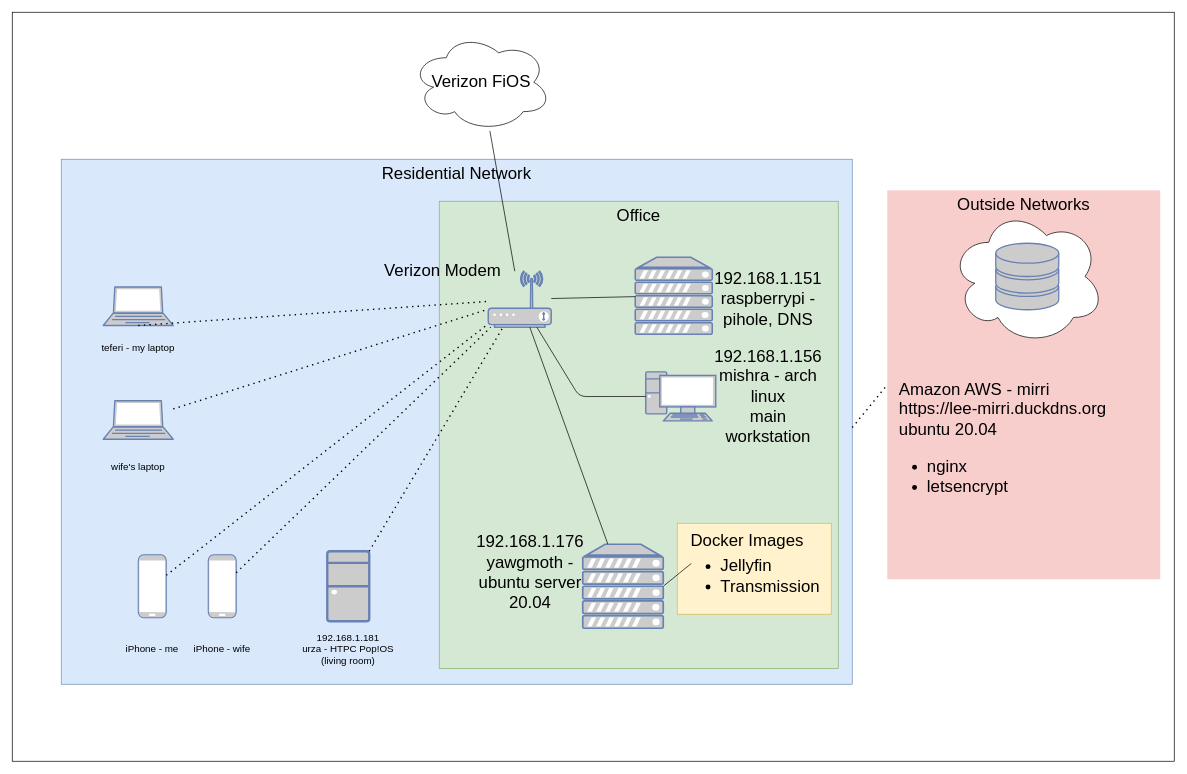
This is Untitled Diagram.drawio from Aezon22/main, a draw.io file, before an edit. Source tidied: cells renumbered, new cells numbered last; positions are measured from the earlier drawing's top-left corner, leaving out a move shared by most shapes. Both pictures are drawn from the tidied source at 70%, with x=0, y=0 at pixel (12, 12).
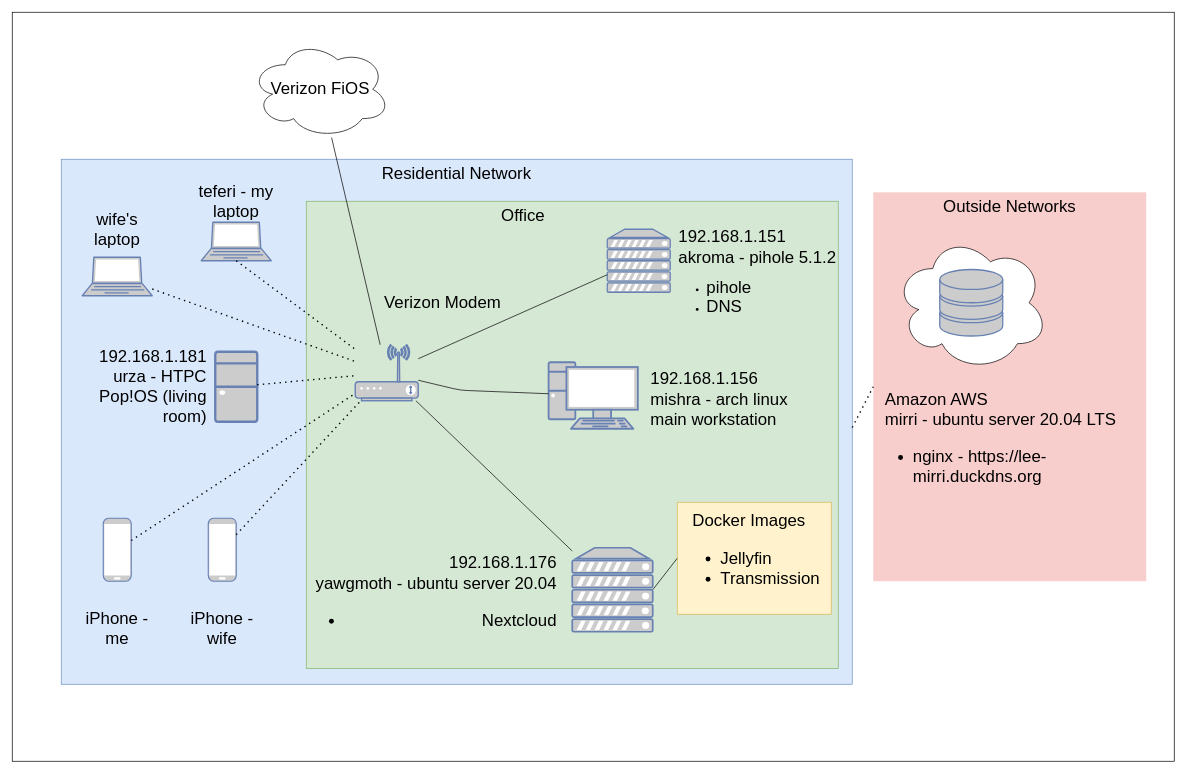
Above is the later version.

Change to the diagram source:
```diff
@@
     <mxCell id="4" value="&lt;font style=&quot;font-size: 24px&quot;&gt;Outside Networks&lt;/font&gt;" style="whiteSpace=wrap;html=1;fillColor=#f8cecc;fontSize=14;strokeColor=none;verticalAlign=top;" parent="1" vertex="1">
-      <mxGeometry x="1250" y="254.4" width="390" height="555.6" as="geometry" />
+      <mxGeometry x="1230" y="257.2" width="390" height="555.6" as="geometry" />
     </mxCell>
     <mxCell id="5" style="ellipse;shape=cloud;whiteSpace=wrap;html=1;fontSize=16;" parent="1" vertex="1">
-      <mxGeometry x="1340" y="280" width="220" height="195" as="geometry" />
+      <mxGeometry x="1260" y="317.5" width="220" height="195" as="geometry" />
     </mxCell>
     <mxCell id="6" style="rounded=0;whiteSpace=wrap;html=1;fillColor=#d5e8d4;strokeColor=#82b366;" parent="1" vertex="1">
-      <mxGeometry x="610" y="270" width="570" height="667.5" as="geometry" />
+      <mxGeometry x="420" y="270" width="760" height="667.5" as="geometry" />
     </mxCell>
     <mxCell id="7" value="&lt;font style=&quot;font-size: 24px&quot;&gt;Verizon FiOS&lt;/font&gt;" style="ellipse;shape=cloud;whiteSpace=wrap;html=1;" parent="1" vertex="1">
-      <mxGeometry x="570" y="30" width="200" height="140" as="geometry" />
+      <mxGeometry x="340" y="40" width="200" height="140" as="geometry" />
     </mxCell>
     <mxCell id="8" style="fontColor=#0066CC;verticalAlign=top;verticalLabelPosition=bottom;labelPosition=center;align=center;html=1;outlineConnect=0;fillColor=#CCCCCC;strokeColor=#6881B3;gradientColor=none;gradientDirection=north;strokeWidth=2;shape=mxgraph.networks.wireless_modem;" parent="1" vertex="1">
-      <mxGeometry x="680" y="370" width="90" height="80" as="geometry" />
+      <mxGeometry x="490" y="475" width="90" height="80" as="geometry" />
     </mxCell>
     <mxCell id="9" style="fontColor=#0066CC;verticalAlign=top;verticalLabelPosition=bottom;labelPosition=center;align=center;html=1;outlineConnect=0;fillColor=#CCCCCC;strokeColor=#6881B3;gradientColor=none;gradientDirection=north;strokeWidth=2;shape=mxgraph.networks.pc;" parent="1" vertex="1">
-      <mxGeometry x="905" y="513.8" width="100" height="70" as="geometry" />
+      <mxGeometry x="766.2" y="500" width="127.5" height="95" as="geometry" />
     </mxCell>
     <mxCell id="10" style="fontColor=#0066CC;verticalAlign=top;verticalLabelPosition=bottom;labelPosition=center;align=center;html=1;outlineConnect=0;fillColor=#CCCCCC;strokeColor=#6881B3;gradientColor=none;gradientDirection=north;strokeWidth=2;shape=mxgraph.networks.desktop_pc;" parent="1" vertex="1">
-      <mxGeometry x="450" y="770" width="60" height="100" as="geometry" />
+      <mxGeometry x="290" y="485" width="60" height="100" as="geometry" />
     </mxCell>
     <mxCell id="11" style="fontColor=#0066CC;verticalAlign=top;verticalLabelPosition=bottom;labelPosition=center;align=center;html=1;outlineConnect=0;fillColor=#CCCCCC;strokeColor=#6881B3;gradientColor=none;gradientDirection=north;strokeWidth=2;shape=mxgraph.networks.laptop;" parent="1" vertex="1">
-      <mxGeometry x="130" y="555" width="100" height="55" as="geometry" />
+      <mxGeometry x="100" y="350" width="100" height="55" as="geometry" />
     </mxCell>
     <mxCell id="12" style="fontColor=#0066CC;verticalAlign=top;verticalLabelPosition=bottom;labelPosition=center;align=center;html=1;outlineConnect=0;fillColor=#CCCCCC;strokeColor=#6881B3;gradientColor=none;gradientDirection=north;strokeWidth=2;shape=mxgraph.networks.laptop;" parent="1" vertex="1">
-      <mxGeometry x="130" y="392.5" width="100" height="55" as="geometry" />
+      <mxGeometry x="270" y="300" width="100" height="55" as="geometry" />
     </mxCell>
     <mxCell id="13" style="fontColor=#0066CC;verticalAlign=top;verticalLabelPosition=bottom;labelPosition=center;align=center;html=1;outlineConnect=0;fillColor=#CCCCCC;strokeColor=#6881B3;gradientColor=none;gradientDirection=north;strokeWidth=2;shape=mxgraph.networks.server;" parent="1" vertex="1">
-      <mxGeometry x="815" y="760" width="115" height="120" as="geometry" />
+      <mxGeometry x="800" y="765" width="115" height="120" as="geometry" />
     </mxCell>
     <mxCell id="14" style="fontColor=#0066CC;verticalAlign=top;verticalLabelPosition=bottom;labelPosition=center;align=center;html=1;outlineConnect=0;fillColor=#CCCCCC;strokeColor=#6881B3;gradientColor=none;gradientDirection=north;strokeWidth=2;shape=mxgraph.networks.server;" parent="1" vertex="1">
-      <mxGeometry x="890" y="350" width="110" height="110" as="geometry" />
+      <mxGeometry x="850" y="310" width="90" height="90" as="geometry" />
     </mxCell>
     <mxCell id="15" style="fontColor=#0066CC;verticalAlign=top;verticalLabelPosition=bottom;labelPosition=center;align=center;html=1;outlineConnect=0;fillColor=#CCCCCC;strokeColor=#6881B3;gradientColor=none;gradientDirection=north;strokeWidth=2;shape=mxgraph.networks.mobile;" parent="1" vertex="1">
-      <mxGeometry x="180" y="775" width="40" height="90" as="geometry" />
+      <mxGeometry x="130" y="722.8" width="40" height="90" as="geometry" />
     </mxCell>
     <mxCell id="16" style="fontColor=#0066CC;verticalAlign=top;verticalLabelPosition=bottom;labelPosition=center;align=center;html=1;outlineConnect=0;fillColor=#CCCCCC;strokeColor=#6881B3;gradientColor=none;gradientDirection=north;strokeWidth=2;shape=mxgraph.networks.mobile;" parent="1" vertex="1">
-      <mxGeometry x="280" y="775" width="40" height="90" as="geometry" />
+      <mxGeometry x="280" y="722.8" width="40" height="90" as="geometry" />
     </mxCell>
@@
     <mxCell id="18" style="endArrow=none;html=1;" parent="1" edge="1" source="8" target="9">
       <mxGeometry relative="1" as="geometry">
         <Array as="points">
-          <mxPoint x="810" y="549" />
+          <mxPoint x="640" y="540" />
         </Array>
       </mxGeometry>
     </mxCell>
@@
-    <mxCell id="25" value="&lt;div style=&quot;font-size: 14px;&quot;&gt;teferi - my laptop&lt;/div&gt;" style="text;html=1;strokeColor=none;fillColor=none;align=center;verticalAlign=middle;whiteSpace=wrap;rounded=0;fontSize=14;" parent="1" vertex="1">
-      <mxGeometry x="120" y="460" width="120" height="40" as="geometry" />
+    <mxCell id="25" value="&lt;div style=&quot;font-size: 24px&quot;&gt;&lt;font style=&quot;font-size: 24px&quot;&gt;teferi - my laptop&lt;/font&gt;&lt;/div&gt;" style="text;html=1;strokeColor=none;fillColor=none;align=center;verticalAlign=middle;whiteSpace=wrap;rounded=0;fontSize=14;" parent="1" vertex="1">
+      <mxGeometry x="260" y="250" width="120" height="40" as="geometry" />
     </mxCell>
-    <mxCell id="26" value="wife's laptop" style="text;html=1;strokeColor=none;fillColor=none;align=center;verticalAlign=middle;whiteSpace=wrap;rounded=0;fontSize=14;" parent="1" vertex="1">
-      <mxGeometry x="120" y="630" width="120" height="40" as="geometry" />
+    <mxCell id="26" value="&lt;font style=&quot;font-size: 24px&quot;&gt;wife's laptop&lt;/font&gt;" style="text;html=1;strokeColor=none;fillColor=none;align=center;verticalAlign=middle;whiteSpace=wrap;rounded=0;fontSize=14;" parent="1" vertex="1">
+      <mxGeometry x="90" y="290" width="120" height="40" as="geometry" />
     </mxCell>
-    <mxCell id="27" value="iPhone - me" style="text;html=1;strokeColor=none;fillColor=none;align=center;verticalAlign=middle;whiteSpace=wrap;rounded=0;fontSize=14;" parent="1" vertex="1">
-      <mxGeometry x="140" y="890" width="120" height="40" as="geometry" />
+    <mxCell id="27" value="&lt;font style=&quot;font-size: 24px&quot;&gt;iPhone - me&lt;/font&gt;" style="text;html=1;strokeColor=none;fillColor=none;align=center;verticalAlign=middle;whiteSpace=wrap;rounded=0;fontSize=14;" parent="1" vertex="1">
+      <mxGeometry x="90" y="860" width="120" height="40" as="geometry" />
     </mxCell>
-    <mxCell id="28" value="iPhone - wife" style="text;html=1;strokeColor=none;fillColor=none;align=center;verticalAlign=middle;whiteSpace=wrap;rounded=0;fontSize=14;" parent="1" vertex="1">
-      <mxGeometry x="240" y="890" width="120" height="40" as="geometry" />
+    <mxCell id="28" value="&lt;font style=&quot;font-size: 24px&quot;&gt;iPhone - wife&lt;/font&gt;" style="text;html=1;strokeColor=none;fillColor=none;align=center;verticalAlign=middle;whiteSpace=wrap;rounded=0;fontSize=14;" parent="1" vertex="1">
+      <mxGeometry x="240" y="860" width="120" height="40" as="geometry" />
     </mxCell>
-    <mxCell id="29" value="&lt;div&gt;192.168.1.181&lt;br&gt;&lt;/div&gt;&lt;div&gt;urza - HTPC Pop!OS (living room)&lt;/div&gt;" style="text;html=1;strokeColor=none;fillColor=none;align=center;verticalAlign=middle;whiteSpace=wrap;rounded=0;fontSize=14;" parent="1" vertex="1">
-      <mxGeometry x="410" y="890" width="140" height="40" as="geometry" />
+    <mxCell id="29" value="&lt;div style=&quot;font-size: 24px&quot; align=&quot;right&quot;&gt;&lt;font style=&quot;font-size: 24px&quot;&gt;192.168.1.181&lt;br&gt;&lt;/font&gt;&lt;/div&gt;&lt;div style=&quot;font-size: 24px&quot; align=&quot;right&quot;&gt;&lt;font style=&quot;font-size: 24px&quot;&gt;urza - HTPC Pop!OS (living room)&lt;/font&gt;&lt;/div&gt;" style="text;html=1;strokeColor=none;fillColor=none;align=right;verticalAlign=middle;whiteSpace=wrap;rounded=0;fontSize=14;" parent="1" vertex="1">
+      <mxGeometry x="60" y="470" width="220" height="130" as="geometry" />
     </mxCell>
-    <mxCell id="30" value="&lt;font style=&quot;font-size: 24px&quot;&gt;192.168.1.151&lt;br&gt;&lt;/font&gt;&lt;div style=&quot;font-size: 24px&quot;&gt;&lt;font style=&quot;font-size: 24px&quot;&gt;raspberrypi - pihole, DNS&lt;/font&gt;&lt;/div&gt;" style="text;html=1;strokeColor=none;fillColor=none;align=center;verticalAlign=middle;whiteSpace=wrap;rounded=0;fontSize=14;" parent="1" vertex="1">
-      <mxGeometry x="1020" y="390" width="120" height="40" as="geometry" />
+    <mxCell id="30" value="&lt;div align=&quot;left&quot;&gt;&lt;font style=&quot;font-size: 24px&quot;&gt;192.168.1.151&lt;/font&gt;&lt;br&gt;&lt;/div&gt;&lt;div style=&quot;font-size: 24px&quot; align=&quot;left&quot;&gt;akroma - pihole 5.1.2&lt;br&gt;&lt;/div&gt;&lt;ul&gt;&lt;li&gt;&lt;font style=&quot;font-size: 24px&quot;&gt; pihole&lt;/font&gt;&lt;/li&gt;&lt;li&gt;&lt;font style=&quot;font-size: 24px&quot;&gt; DNS&lt;/font&gt;&lt;/li&gt;&lt;/ul&gt;" style="text;html=1;strokeColor=none;fillColor=none;align=left;verticalAlign=middle;whiteSpace=wrap;rounded=0;fontSize=14;" parent="1" vertex="1">
+      <mxGeometry x="950" y="287.5" width="230" height="180" as="geometry" />
     </mxCell>
-    <mxCell id="31" value="&lt;div style=&quot;font-size: 24px&quot;&gt;&lt;font style=&quot;font-size: 24px&quot;&gt;192.168.1.156&lt;br&gt;&lt;/font&gt;&lt;/div&gt;&lt;div style=&quot;font-size: 24px&quot;&gt;&lt;font style=&quot;font-size: 24px&quot;&gt;mishra - arch linux&lt;/font&gt;&lt;/div&gt;&lt;div style=&quot;font-size: 24px&quot;&gt;&lt;font style=&quot;font-size: 24px&quot;&gt;main workstation&lt;br&gt;&lt;/font&gt;&lt;/div&gt;" style="text;html=1;strokeColor=none;fillColor=none;align=center;verticalAlign=middle;whiteSpace=wrap;rounded=0;fontSize=14;" parent="1" vertex="1">
-      <mxGeometry x="1020" y="528.8" width="120" height="40" as="geometry" />
+    <mxCell id="31" value="&lt;div style=&quot;font-size: 24px&quot; align=&quot;left&quot;&gt;&lt;font style=&quot;font-size: 24px&quot;&gt;192.168.1.156&lt;br&gt;&lt;/font&gt;&lt;/div&gt;&lt;div style=&quot;font-size: 24px&quot; align=&quot;left&quot;&gt;&lt;font style=&quot;font-size: 24px&quot;&gt;mishra - arch linux&lt;/font&gt;&lt;/div&gt;&lt;div style=&quot;font-size: 24px&quot; align=&quot;left&quot;&gt;&lt;font style=&quot;font-size: 24px&quot;&gt;main workstation&lt;br&gt;&lt;/font&gt;&lt;/div&gt;" style="text;html=1;strokeColor=none;fillColor=none;align=left;verticalAlign=middle;whiteSpace=wrap;rounded=0;fontSize=14;" parent="1" vertex="1">
+      <mxGeometry x="910" y="467.5" width="250" height="170" as="geometry" />
     </mxCell>
-    <mxCell id="32" value="&lt;div style=&quot;font-size: 24px&quot;&gt;&lt;font style=&quot;font-size: 24px&quot;&gt;192.168.1.176&lt;br&gt;&lt;/font&gt;&lt;/div&gt;&lt;div style=&quot;font-size: 24px&quot;&gt;&lt;font style=&quot;font-size: 24px&quot;&gt;yawgmoth - ubuntu server 20.04&lt;/font&gt;&lt;/div&gt;" style="text;html=1;strokeColor=none;fillColor=none;align=center;verticalAlign=middle;whiteSpace=wrap;rounded=0;fontSize=14;" parent="1" vertex="1">
-      <mxGeometry x="680" y="760" width="120" height="80" as="geometry" />
+    <mxCell id="32" value="&lt;div style=&quot;font-size: 24px&quot; align=&quot;right&quot;&gt;&lt;font style=&quot;font-size: 24px&quot;&gt;192.168.1.176&lt;/font&gt;&lt;font style=&quot;font-size: 24px&quot;&gt;&lt;br&gt;&lt;/font&gt;&lt;/div&gt;&lt;div style=&quot;font-size: 24px&quot; align=&quot;right&quot;&gt;&lt;font style=&quot;font-size: 24px&quot;&gt;yawgmoth - ubuntu server 20.04&lt;/font&gt;&lt;/div&gt;&lt;div style=&quot;font-size: 24px&quot; align=&quot;right&quot;&gt;&lt;ul&gt;&lt;li&gt;Nextcloud&lt;br&gt;&lt;/li&gt;&lt;/ul&gt;&lt;/div&gt;" style="text;html=1;strokeColor=none;fillColor=none;align=right;verticalAlign=middle;whiteSpace=wrap;rounded=0;fontSize=14;" parent="1" vertex="1">
+      <mxGeometry x="410" y="760" width="370" height="160" as="geometry" />
     </mxCell>
     <mxCell id="33" style="rounded=0;whiteSpace=wrap;html=1;fillColor=#fff2cc;strokeColor=#d6b656;" parent="1" vertex="1">
-      <mxGeometry x="950" y="730" width="220" height="130" as="geometry" />
+      <mxGeometry x="950" y="700" width="220" height="160" as="geometry" />
     </mxCell>
-    <mxCell id="34" value="&lt;font style=&quot;font-size: 24px&quot;&gt;Docker Images&lt;/font&gt;" style="text;html=1;strokeColor=none;fillColor=none;align=center;verticalAlign=middle;whiteSpace=wrap;rounded=0;fontSize=14;" parent="1" vertex="1">
-      <mxGeometry x="960" y="735" width="180" height="40" as="geometry" />
+    <mxCell id="34" value="&lt;div align=&quot;left&quot;&gt;&lt;font style=&quot;font-size: 24px&quot;&gt;Docker Images&lt;/font&gt;&lt;/div&gt;&lt;div align=&quot;left&quot;&gt;&lt;ul style=&quot;font-size: 24px&quot;&gt;&lt;li&gt;Jellyfin&lt;/li&gt;&lt;li&gt;Transmission&lt;br&gt;&lt;/li&gt;&lt;/ul&gt;&lt;/div&gt;" style="text;html=1;strokeColor=none;fillColor=none;align=left;verticalAlign=middle;whiteSpace=wrap;rounded=0;fontSize=14;" parent="1" vertex="1">
+      <mxGeometry x="970" y="720" width="180" height="120" as="geometry" />
     </mxCell>
     <mxCell id="35" value="&lt;font style=&quot;font-size: 24px&quot;&gt;Office&lt;/font&gt;" style="text;html=1;strokeColor=none;fillColor=none;align=center;verticalAlign=middle;whiteSpace=wrap;rounded=0;fontSize=18;" parent="1" vertex="1">
-      <mxGeometry x="815" y="270" width="160" height="40" as="geometry" />
+      <mxGeometry x="650" y="270" width="160" height="40" as="geometry" />
     </mxCell>
     <mxCell id="36" style="fontColor=#0066CC;verticalAlign=top;verticalLabelPosition=bottom;labelPosition=center;align=center;html=1;fillColor=#CCCCCC;strokeColor=#6881B3;gradientColor=none;gradientDirection=north;strokeWidth=2;shape=mxgraph.networks.storage;" parent="1" vertex="1">
-      <mxGeometry x="1405" y="330" width="90" height="95" as="geometry" />
+      <mxGeometry x="1325" y="367.5" width="90" height="95" as="geometry" />
     </mxCell>
@@
-    <mxCell id="38" value="&lt;ul style=&quot;font-size: 24px&quot;&gt;&lt;li&gt;&lt;font style=&quot;font-size: 24px&quot;&gt;Jellyfin&lt;/font&gt;&lt;/li&gt;&lt;li&gt;&lt;font style=&quot;font-size: 24px&quot;&gt;Transmission&lt;/font&gt;&lt;/li&gt;&lt;/ul&gt;" style="text;html=1;strokeColor=none;fillColor=none;align=left;verticalAlign=middle;whiteSpace=wrap;rounded=0;fontSize=14;" parent="1" vertex="1">
-      <mxGeometry x="970" y="770" width="200" height="70" as="geometry" />
-    </mxCell>
-    <mxCell id="39" value="&lt;div align=&quot;left&quot;&gt;&lt;font style=&quot;font-size: 24px&quot;&gt;Amazon AWS - mirri&lt;br&gt;&lt;/font&gt;&lt;/div&gt;&lt;div align=&quot;left&quot;&gt;&lt;font style=&quot;font-size: 24px&quot;&gt;https://lee-mirri.duckdns.org&lt;/font&gt;&lt;/div&gt;&lt;div align=&quot;left&quot;&gt;&lt;font style=&quot;font-size: 24px&quot;&gt;ubuntu 20.04&lt;/font&gt;&lt;/div&gt;&lt;div align=&quot;left&quot;&gt;&lt;ul style=&quot;font-size: 24px&quot;&gt;&lt;li&gt;nginx&lt;/li&gt;&lt;li&gt;letsencrypt&lt;br&gt;&lt;/li&gt;&lt;/ul&gt;&lt;/div&gt;" style="text;html=1;strokeColor=none;fillColor=none;align=left;verticalAlign=middle;whiteSpace=wrap;rounded=0;fontSize=14;" parent="1" vertex="1">
-      <mxGeometry x="1265" y="475" width="360" height="290" as="geometry" />
+    <mxCell id="39" value="&lt;div align=&quot;left&quot;&gt;&lt;font style=&quot;font-size: 24px&quot;&gt;Amazon AWS&lt;/font&gt;&lt;/div&gt;&lt;div align=&quot;left&quot;&gt;&lt;font style=&quot;font-size: 24px&quot;&gt; mirri - &lt;/font&gt;&lt;font style=&quot;font-size: 24px&quot;&gt;&lt;font style=&quot;font-size: 24px&quot;&gt;ubuntu server 20.04 LTS&lt;br&gt;&lt;/font&gt;&lt;/font&gt;&lt;/div&gt;&lt;div align=&quot;left&quot;&gt;&lt;ul style=&quot;font-size: 24px&quot;&gt;&lt;li&gt;nginx - &lt;font style=&quot;font-size: 24px&quot;&gt;https://lee-mirri.duckdns.org&lt;/font&gt;&lt;/li&gt;&lt;/ul&gt;&lt;/div&gt;" style="text;html=1;strokeColor=none;fillColor=none;align=left;verticalAlign=middle;whiteSpace=wrap;rounded=0;fontSize=14;" parent="1" vertex="1">
+      <mxGeometry x="1245" y="475" width="360" height="290" as="geometry" />
     </mxCell>
-    <mxCell id="40" style="endArrow=none;html=1;fontSize=18;exitX=1;exitY=0.5;exitDx=0;exitDy=0;exitPerimeter=0;entryX=0;entryY=0.25;entryDx=0;entryDy=0;" parent="1" edge="1" source="13" target="38">
+    <mxCell id="40" style="endArrow=none;html=1;fontSize=18;exitX=1;exitY=0.5;exitDx=0;exitDy=0;exitPerimeter=0;entryX=0;entryY=0.5;entryDx=0;entryDy=0;" parent="1" edge="1" source="13" target="33">
       <mxGeometry relative="1" as="geometry" />
     </mxCell>
@@
     <mxCell id="42" value="&lt;font style=&quot;font-size: 24px&quot;&gt;Verizon Modem&lt;/font&gt;" style="text;html=1;strokeColor=none;fillColor=none;align=center;verticalAlign=middle;whiteSpace=wrap;rounded=0;" parent="1" vertex="1">
-      <mxGeometry x="530" y="360" width="170" height="20" as="geometry" />
+      <mxGeometry x="530" y="405" width="170" height="20" as="geometry" />
     </mxCell>
```
